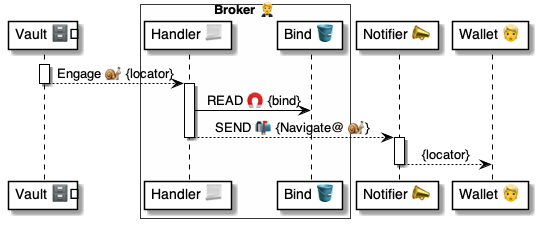
Above: 4 ⚙️ Solution/20 🧑‍🦰 UI/Brokers 🤵/🤵📨 Broker msgs/Binds 🔗 Engage 🗄️🐌🤵/🤵 Engage ⚙️ uml.png in pollyweb-org/pollyweb-docs (PlantUML), before the change. Its source is kept beside it as 4 ⚙️ Solution/20 🧑‍🦰 UI/Brokers 🤵/🤵📨 Broker msgs/Binds 🔗 Engage 🗄️🐌🤵/🤵 Engage ⚙️ uml.puml.
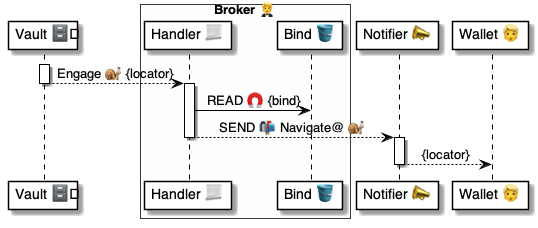
After the commit.

Diff of the diagram source:
```diff
@@ -16,7 +16,7 @@
 
 activate broker
     broker -> binds: READ 🧲 {bind}
-    broker --> notifier: SEND 📬 {Navigate@ 🐌}
+    broker --> notifier: SEND 📬 Navigate@ 🐌
 deactivate broker
 
 activate notifier
```
